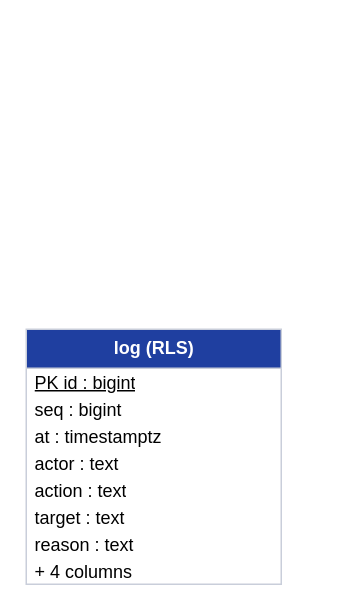
mouhabouk/E-HIMAYA keeps this draw.io diagram as page "audit" (5 of 38) of docs/data-model/e-Himaya_Database.drawio. Above is the earlier version. Source tidied: cells renumbered, new cells numbered last; positions are measured from the earlier drawing's top-left corner, leaving out a move shared by most shapes. Both pictures are drawn from the tidied source at 150%, with x=0, y=0 at pixel (26, 328).
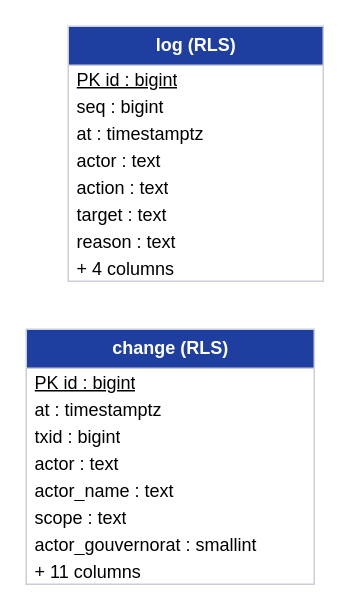
Above is the later version.

Diff of the diagram source:
```diff
@@
 <mxGraphModel>
   <root>
     <mxCell id="0" />
     <mxCell id="1" parent="0" />
-    <mxCell id="2" value="log (RLS)" style="swimlane;fontStyle=1;horizontal=1;startSize=26;html=1;fillColor=#1F3FA0;fontColor=#FFFFFF;strokeColor=#C9CEDA;swimlaneFillColor=#FFFFFF;" parent="1" vertex="1">
-      <mxGeometry width="170" height="170" as="geometry" />
+    <mxCell id="2" value="change (RLS)" style="swimlane;fontStyle=1;horizontal=1;startSize=26;html=1;fillColor=#1F3FA0;fontColor=#FFFFFF;strokeColor=#C9CEDA;swimlaneFillColor=#FFFFFF;" parent="1" vertex="1">
+      <mxGeometry width="192" height="170" as="geometry" />
     </mxCell>
     <mxCell id="3" value="PK id  : bigint" style="text;strokeColor=none;fillColor=none;align=left;verticalAlign=middle;spacingLeft=4;spacingRight=4;overflow=hidden;html=1;fontStyle=4;" parent="2" vertex="1">
-      <mxGeometry y="26" width="170" height="18" as="geometry" />
+      <mxGeometry y="26" width="192" height="18" as="geometry" />
     </mxCell>
-    <mxCell id="4" value="seq  : bigint" style="text;strokeColor=none;fillColor=none;align=left;verticalAlign=middle;spacingLeft=4;spacingRight=4;overflow=hidden;html=1;" parent="2" vertex="1">
-      <mxGeometry y="44" width="170" height="18" as="geometry" />
+    <mxCell id="4" value="at  : timestamptz" style="text;strokeColor=none;fillColor=none;align=left;verticalAlign=middle;spacingLeft=4;spacingRight=4;overflow=hidden;html=1;" parent="2" vertex="1">
+      <mxGeometry y="44" width="192" height="18" as="geometry" />
     </mxCell>
-    <mxCell id="5" value="at  : timestamptz" style="text;strokeColor=none;fillColor=none;align=left;verticalAlign=middle;spacingLeft=4;spacingRight=4;overflow=hidden;html=1;" parent="2" vertex="1">
-      <mxGeometry y="62" width="170" height="18" as="geometry" />
+    <mxCell id="5" value="txid  : bigint" style="text;strokeColor=none;fillColor=none;align=left;verticalAlign=middle;spacingLeft=4;spacingRight=4;overflow=hidden;html=1;" parent="2" vertex="1">
+      <mxGeometry y="62" width="192" height="18" as="geometry" />
     </mxCell>
     <mxCell id="6" value="actor  : text" style="text;strokeColor=none;fillColor=none;align=left;verticalAlign=middle;spacingLeft=4;spacingRight=4;overflow=hidden;html=1;" parent="2" vertex="1">
-      <mxGeometry y="80" width="170" height="18" as="geometry" />
+      <mxGeometry y="80" width="192" height="18" as="geometry" />
     </mxCell>
-    <mxCell id="7" value="action  : text" style="text;strokeColor=none;fillColor=none;align=left;verticalAlign=middle;spacingLeft=4;spacingRight=4;overflow=hidden;html=1;" parent="2" vertex="1">
-      <mxGeometry y="98" width="170" height="18" as="geometry" />
+    <mxCell id="7" value="actor_name  : text" style="text;strokeColor=none;fillColor=none;align=left;verticalAlign=middle;spacingLeft=4;spacingRight=4;overflow=hidden;html=1;" parent="2" vertex="1">
+      <mxGeometry y="98" width="192" height="18" as="geometry" />
     </mxCell>
-    <mxCell id="8" value="target  : text" style="text;strokeColor=none;fillColor=none;align=left;verticalAlign=middle;spacingLeft=4;spacingRight=4;overflow=hidden;html=1;" parent="2" vertex="1">
-      <mxGeometry y="116" width="170" height="18" as="geometry" />
+    <mxCell id="8" value="scope  : text" style="text;strokeColor=none;fillColor=none;align=left;verticalAlign=middle;spacingLeft=4;spacingRight=4;overflow=hidden;html=1;" parent="2" vertex="1">
+      <mxGeometry y="116" width="192" height="18" as="geometry" />
     </mxCell>
-    <mxCell id="9" value="reason  : text" style="text;strokeColor=none;fillColor=none;align=left;verticalAlign=middle;spacingLeft=4;spacingRight=4;overflow=hidden;html=1;" parent="2" vertex="1">
-      <mxGeometry y="134" width="170" height="18" as="geometry" />
+    <mxCell id="9" value="actor_gouvernorat  : smallint" style="text;strokeColor=none;fillColor=none;align=left;verticalAlign=middle;spacingLeft=4;spacingRight=4;overflow=hidden;html=1;" parent="2" vertex="1">
+      <mxGeometry y="134" width="192" height="18" as="geometry" />
     </mxCell>
-    <mxCell id="10" value="+ 4 columns" style="text;strokeColor=none;fillColor=none;align=left;verticalAlign=middle;spacingLeft=4;spacingRight=4;overflow=hidden;html=1;" parent="2" vertex="1">
-      <mxGeometry y="152" width="170" height="18" as="geometry" />
+    <mxCell id="10" value="+ 11 columns" style="text;strokeColor=none;fillColor=none;align=left;verticalAlign=middle;spacingLeft=4;spacingRight=4;overflow=hidden;html=1;" parent="2" vertex="1">
+      <mxGeometry y="152" width="192" height="18" as="geometry" />
     </mxCell>
+    <mxCell id="11" value="log (RLS)" style="swimlane;fontStyle=1;horizontal=1;startSize=26;html=1;fillColor=#1F3FA0;fontColor=#FFFFFF;strokeColor=#C9CEDA;swimlaneFillColor=#FFFFFF;" parent="1" vertex="1">
+      <mxGeometry x="28" y="-202" width="170" height="170" as="geometry" />
+    </mxCell>
+    <mxCell id="12" value="PK id  : bigint" style="text;strokeColor=none;fillColor=none;align=left;verticalAlign=middle;spacingLeft=4;spacingRight=4;overflow=hidden;html=1;fontStyle=4;" parent="11" vertex="1">
+      <mxGeometry y="26" width="170" height="18" as="geometry" />
+    </mxCell>
+    <mxCell id="13" value="seq  : bigint" style="text;strokeColor=none;fillColor=none;align=left;verticalAlign=middle;spacingLeft=4;spacingRight=4;overflow=hidden;html=1;" parent="11" vertex="1">
+      <mxGeometry y="44" width="170" height="18" as="geometry" />
+    </mxCell>
+    <mxCell id="14" value="at  : timestamptz" style="text;strokeColor=none;fillColor=none;align=left;verticalAlign=middle;spacingLeft=4;spacingRight=4;overflow=hidden;html=1;" parent="11" vertex="1">
+      <mxGeometry y="62" width="170" height="18" as="geometry" />
+    </mxCell>
+    <mxCell id="15" value="actor  : text" style="text;strokeColor=none;fillColor=none;align=left;verticalAlign=middle;spacingLeft=4;spacingRight=4;overflow=hidden;html=1;" parent="11" vertex="1">
+      <mxGeometry y="80" width="170" height="18" as="geometry" />
+    </mxCell>
+    <mxCell id="16" value="action  : text" style="text;strokeColor=none;fillColor=none;align=left;verticalAlign=middle;spacingLeft=4;spacingRight=4;overflow=hidden;html=1;" parent="11" vertex="1">
+      <mxGeometry y="98" width="170" height="18" as="geometry" />
+    </mxCell>
+    <mxCell id="17" value="target  : text" style="text;strokeColor=none;fillColor=none;align=left;verticalAlign=middle;spacingLeft=4;spacingRight=4;overflow=hidden;html=1;" parent="11" vertex="1">
+      <mxGeometry y="116" width="170" height="18" as="geometry" />
+    </mxCell>
+    <mxCell id="18" value="reason  : text" style="text;strokeColor=none;fillColor=none;align=left;verticalAlign=middle;spacingLeft=4;spacingRight=4;overflow=hidden;html=1;" parent="11" vertex="1">
+      <mxGeometry y="134" width="170" height="18" as="geometry" />
+    </mxCell>
+    <mxCell id="19" value="+ 4 columns" style="text;strokeColor=none;fillColor=none;align=left;verticalAlign=middle;spacingLeft=4;spacingRight=4;overflow=hidden;html=1;" parent="11" vertex="1">
+      <mxGeometry y="152" width="170" height="18" as="geometry" />
+    </mxCell>
   </root>
 </mxGraphModel>
```
